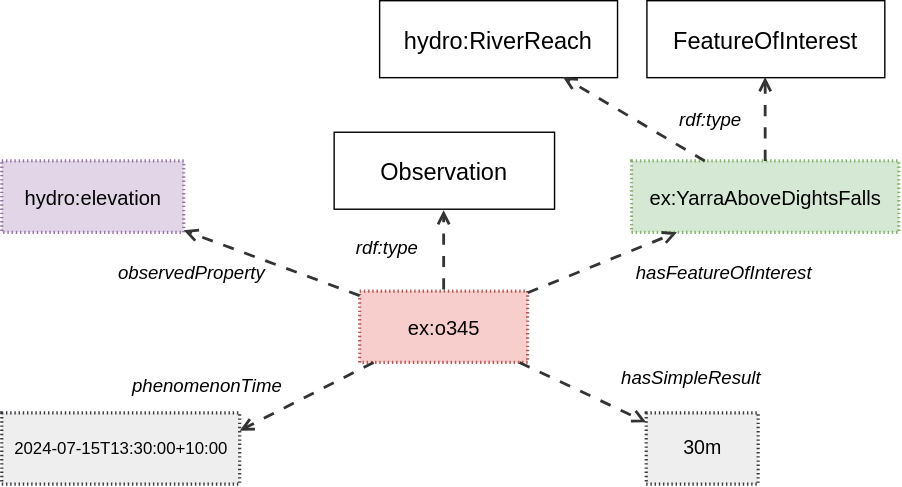
w3c/sdw-sosa-ssn keeps this draw.io diagram as ssn/images/domain-feature-observed.svg. Above is the earlier version. Source tidied: cells renumbered, new cells last; positions are measured from the earlier drawing's top-left corner, leaving out a move shared by most shapes.
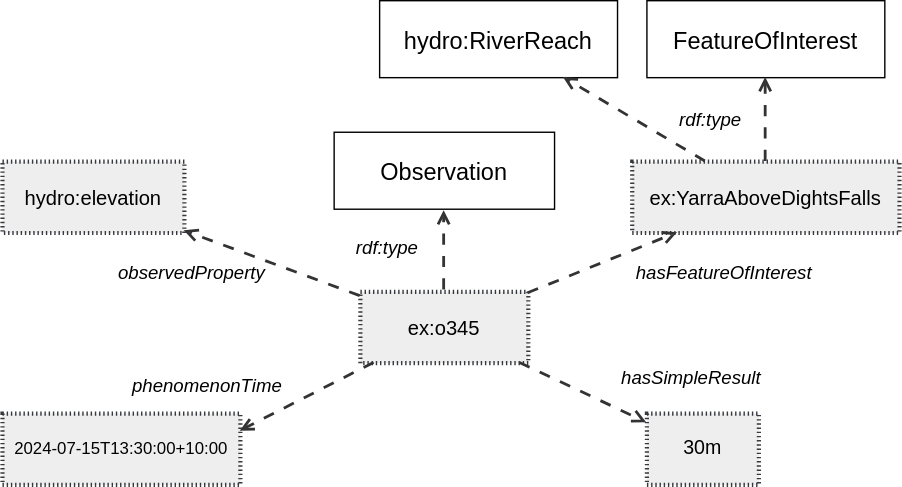
Above is the later version.

What changed in the source:
```diff
@@ -2,7 +2,7 @@
   <root>
     <mxCell id="0" />
     <mxCell id="1" parent="0" />
-    <mxCell id="2" value="ex:o345" style="html=1;overflow=block;blockSpacing=1;whiteSpace=wrap;fontSize=14.4;fontFamily=Helvetica;align=center;spacing=0;strokeOpacity=100;fillOpacity=100;fillColor=#f8cecc;dashed=1;fixDash=1;dashPattern=1 2;strokeWidth=2.3;strokeColor=#b85450;convertToSvg=1;" parent="1" vertex="1">
+    <mxCell id="2" value="ex:o345" style="html=1;overflow=block;blockSpacing=1;whiteSpace=wrap;fontSize=14.4;fontFamily=Helvetica;align=center;spacing=0;strokeOpacity=100;fillOpacity=100;fillColor=#eeeeee;dashed=1;fixDash=1;dashPattern=1 2;strokeWidth=3;strokeColor=#36393d;convertToSvg=1;" parent="1" vertex="1">
       <mxGeometry x="255.8" y="208" width="120" height="51" as="geometry" />
     </mxCell>
     <mxCell id="3" value="Observation" style="html=1;overflow=block;blockSpacing=1;whiteSpace=wrap;fontSize=16.8;fontColor=default;fontStyle=0;align=center;spacing=0;strokeOpacity=100;fillOpacity=0;fillColor=#000000;strokeWidth=1;convertToSvg=1;" parent="1" vertex="1">
@@ -14,13 +14,13 @@
     <mxCell id="5" style="html=1;jettySize=18;whiteSpace=wrap;fontSize=13;strokeColor=#333333;strokeOpacity=100;dashed=1;fixDash=1;dashPattern=8 8;strokeWidth=2;rounded=0;startArrow=none;endArrow=open;exitX=0.5;exitY=-0.022;exitPerimeter=0;entryX=0.5;entryY=1.021;entryPerimeter=0;lucidId=0ZtLjH5MFli1;fontColor=default;convertToSvg=1;" parent="1" edge="1" source="2" target="3">
       <mxGeometry relative="1" as="geometry" />
     </mxCell>
-    <mxCell id="6" value="ex:YarraAboveDightsFalls" style="html=1;overflow=block;blockSpacing=1;whiteSpace=wrap;fontSize=14.4;fontFamily=Helvetica;align=center;spacing=0;strokeOpacity=100;fillOpacity=100;fillColor=#d5e8d4;dashed=1;fixDash=1;dashPattern=1 2;strokeWidth=2.3;convertToSvg=1;strokeColor=#82b366;" parent="1" vertex="1">
+    <mxCell id="6" value="ex:YarraAboveDightsFalls" style="html=1;overflow=block;blockSpacing=1;whiteSpace=wrap;fontSize=14.4;fontFamily=Helvetica;align=center;spacing=0;strokeOpacity=100;fillOpacity=100;fillColor=#eeeeee;dashed=1;fixDash=1;dashPattern=1 2;strokeWidth=3;convertToSvg=1;strokeColor=#36393d;" parent="1" vertex="1">
       <mxGeometry x="450" y="115" width="191" height="51" as="geometry" />
     </mxCell>
-    <mxCell id="7" value="hydro:elevation" style="html=1;overflow=block;blockSpacing=1;whiteSpace=wrap;fontSize=14.4;fontFamily=Helvetica;align=center;spacing=0;strokeOpacity=100;fillOpacity=100;fillColor=#e1d5e7;dashed=1;fixDash=1;dashPattern=1 2;strokeWidth=2.3;strokeColor=#9673a6;fontColor=default;convertToSvg=1;" parent="1" vertex="1">
+    <mxCell id="7" value="hydro:elevation" style="html=1;overflow=block;blockSpacing=1;whiteSpace=wrap;fontSize=14.4;fontFamily=Helvetica;align=center;spacing=0;strokeOpacity=100;fillOpacity=100;fillColor=#eeeeee;dashed=1;fixDash=1;dashPattern=1 2;strokeWidth=3;strokeColor=#36393d;convertToSvg=1;" parent="1" vertex="1">
       <mxGeometry y="115" width="130" height="51" as="geometry" />
     </mxCell>
-    <mxCell id="8" value="&lt;font style=&quot;font-size: 12px;&quot;&gt;2024-07-15T13:30:00+10:00&lt;/font&gt;" style="html=1;overflow=block;blockSpacing=1;whiteSpace=wrap;fontSize=10;fontFamily=Helvetica;align=center;spacing=0;strokeOpacity=100;fillOpacity=100;fillColor=#eeeeee;dashed=1;fixDash=1;dashPattern=1 2;strokeWidth=2.3;strokeColor=#36393d;convertToSvg=1;" parent="1" vertex="1">
+    <mxCell id="8" value="&lt;font style=&quot;font-size: 12px;&quot;&gt;2024-07-15T13:30:00+10:00&lt;/font&gt;" style="html=1;overflow=block;blockSpacing=1;whiteSpace=wrap;fontSize=10;fontFamily=Helvetica;align=center;spacing=0;strokeOpacity=100;fillOpacity=100;fillColor=#eeeeee;dashed=1;fixDash=1;dashPattern=1 2;strokeWidth=3;strokeColor=#36393d;convertToSvg=1;" parent="1" vertex="1">
       <mxGeometry y="295" width="170" height="51" as="geometry" />
     </mxCell>
     <mxCell id="9" style="html=1;jettySize=18;whiteSpace=wrap;fontSize=13;strokeColor=#333333;strokeOpacity=100;dashed=1;fixDash=1;dashPattern=8 8;strokeWidth=2;rounded=0;startArrow=none;endArrow=open;lucidId=0ZtL0HBQd7HC;fontColor=default;convertToSvg=1;" parent="1" edge="1" source="2" target="6">
@@ -41,7 +41,7 @@
     <mxCell id="14" value="hasFeatureOfInterest" style="html=1;overflow=block;blockSpacing=1;whiteSpace=wrap;fontSize=13.3;fontStyle=2;align=left;spacing=3.8;verticalAlign=top;strokeColor=none;fillOpacity=0;fillColor=#ffffff;dashed=1;fixDash=1;dashPattern=16 6;strokeWidth=0;lucidId=0ZtLjIqilOCG;fontColor=default;convertToSvg=1;" parent="1" vertex="1">
       <mxGeometry x="450" y="184" width="101" height="24" as="geometry" />
     </mxCell>
-    <mxCell id="15" value="&lt;font style=&quot;font-size: 14px;&quot;&gt;30m&lt;/font&gt;" style="html=1;overflow=block;blockSpacing=1;whiteSpace=wrap;fontSize=10;fontFamily=Helvetica;align=center;spacing=0;strokeOpacity=100;fillOpacity=100;fillColor=#eeeeee;dashed=1;fixDash=1;dashPattern=1 2;strokeWidth=2.3;strokeColor=#36393d;convertToSvg=1;" parent="1" vertex="1">
+    <mxCell id="15" value="&lt;font style=&quot;font-size: 14px;&quot;&gt;30m&lt;/font&gt;" style="html=1;overflow=block;blockSpacing=1;whiteSpace=wrap;fontSize=10;fontFamily=Helvetica;align=center;spacing=0;strokeOpacity=100;fillOpacity=100;fillColor=#eeeeee;dashed=1;fixDash=1;dashPattern=1 2;strokeWidth=3;strokeColor=#36393d;convertToSvg=1;" parent="1" vertex="1">
       <mxGeometry x="460.5" y="295" width="80" height="51" as="geometry" />
     </mxCell>
     <mxCell id="16" style="html=1;jettySize=18;whiteSpace=wrap;fontSize=13;strokeColor=#333333;strokeOpacity=100;dashed=1;fixDash=1;dashPattern=8 8;strokeWidth=2;rounded=0;startArrow=none;endArrow=open;lucidId=0ZtL0HBQd7HC;fontColor=default;convertToSvg=1;" parent="1" edge="1" source="2" target="15">
```
